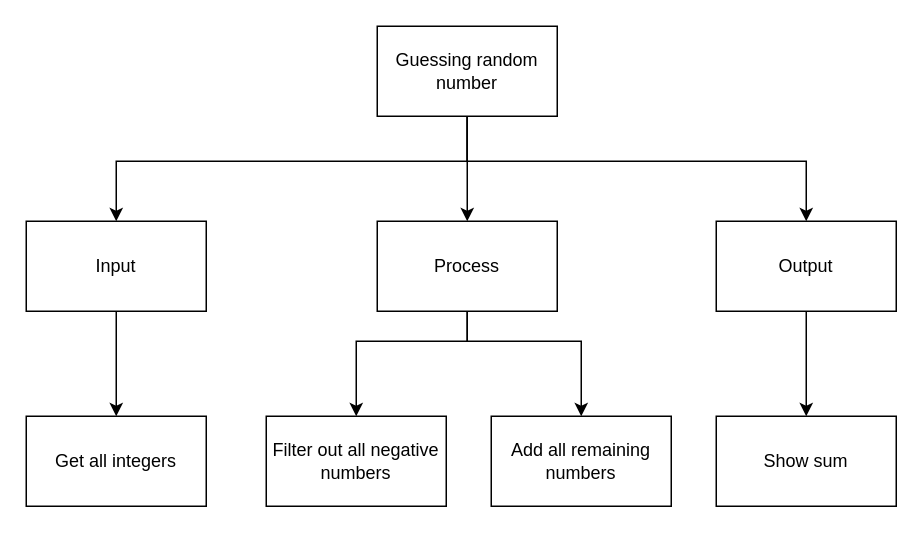
This is topdown.drawio from Andrew-Ten-Den/ICS3U-Unit4-05-Python, a draw.io file, before an edit. Source tidied: cells renumbered, new cells numbered last; positions are measured from the earlier drawing's top-left corner, leaving out a move shared by most shapes. Both pictures are drawn from the tidied source at 150%, with x=0, y=0 at pixel (26, 26).
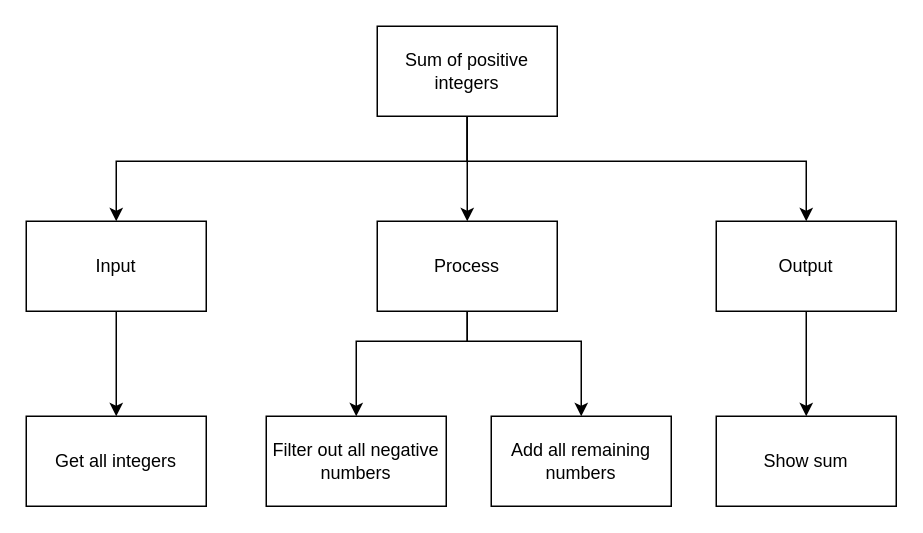
The same page after the edit.

Diff of the diagram source:
```diff
@@
-    <mxCell id="5" value="Guessing random&lt;br&gt;number" style="rounded=0;whiteSpace=wrap;html=1;" parent="1" vertex="1">
+    <mxCell id="5" value="Sum of positive integers" style="rounded=0;whiteSpace=wrap;html=1;" parent="1" vertex="1">
       <mxGeometry x="234" width="120" height="60" as="geometry" />
     </mxCell>
```
